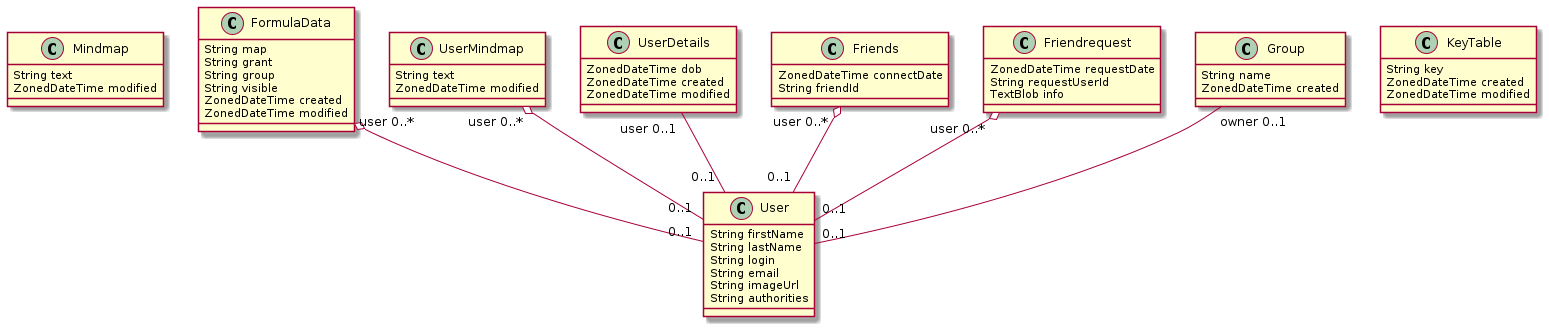
createyourevent/createyourhumanity-angular keeps this PlantUML diagram as createyourhumanity.png. Above is the earlier version.
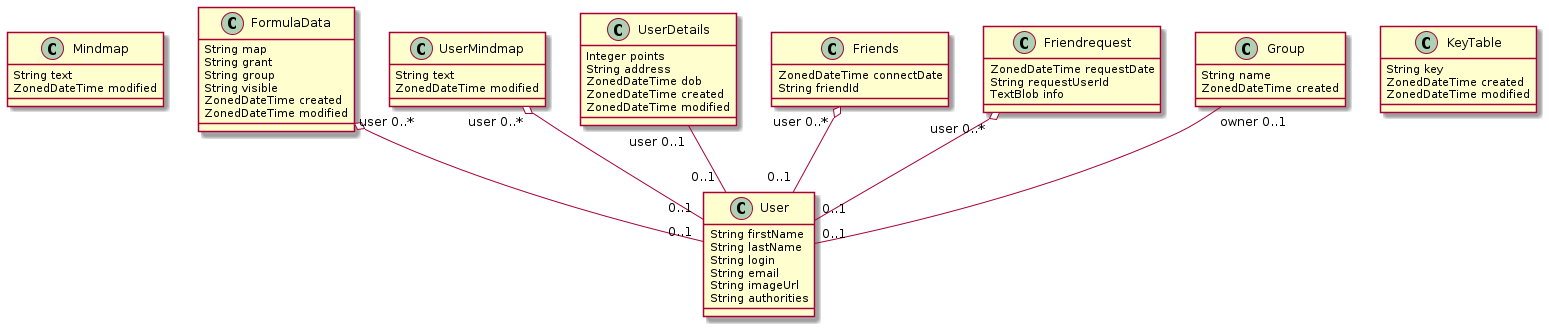
Above is the later version.

Change to the diagram source:
```diff
@@ -22,6 +22,8 @@
 		ZonedDateTime modified
 	}
 	class UserDetails  {
+		Integer points
+		String address
 		ZonedDateTime dob
 		ZonedDateTime created
 		ZonedDateTime modified
```
